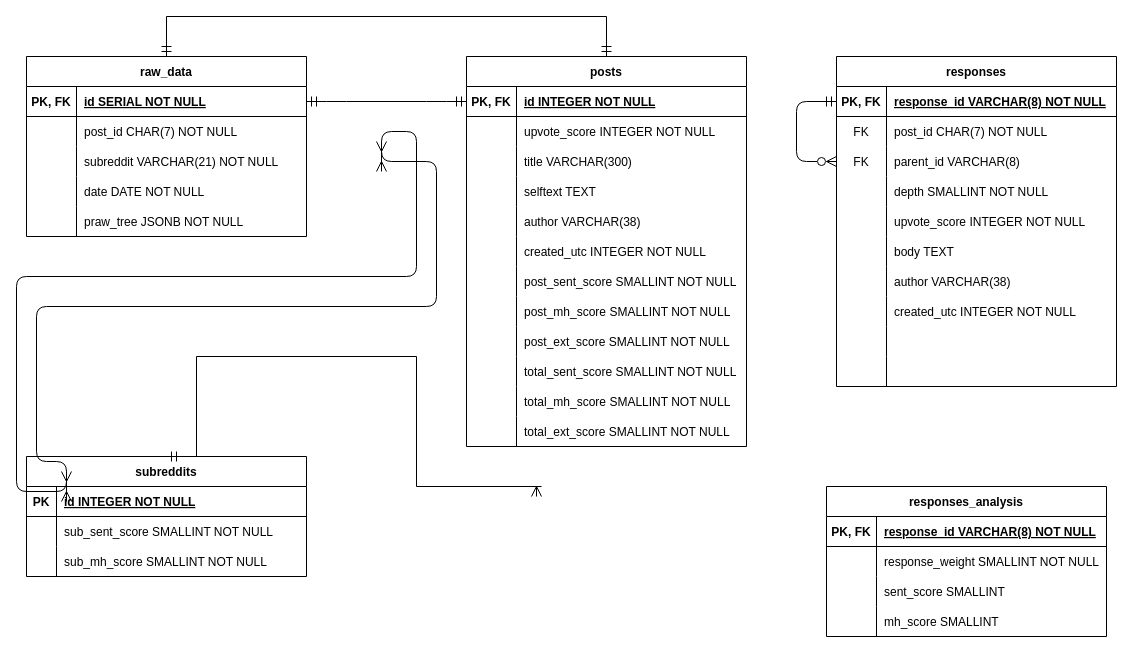
AustinLowey/social-media-trends-tracker keeps this draw.io diagram as assets/ERD.drawio. Above is the earlier version. Source tidied: cells renumbered, new cells numbered last; positions are measured from the earlier drawing's top-left corner, leaving out a move shared by most shapes. Both pictures are drawn from the tidied source at 100%, with x=0, y=0 at pixel (16, 16).
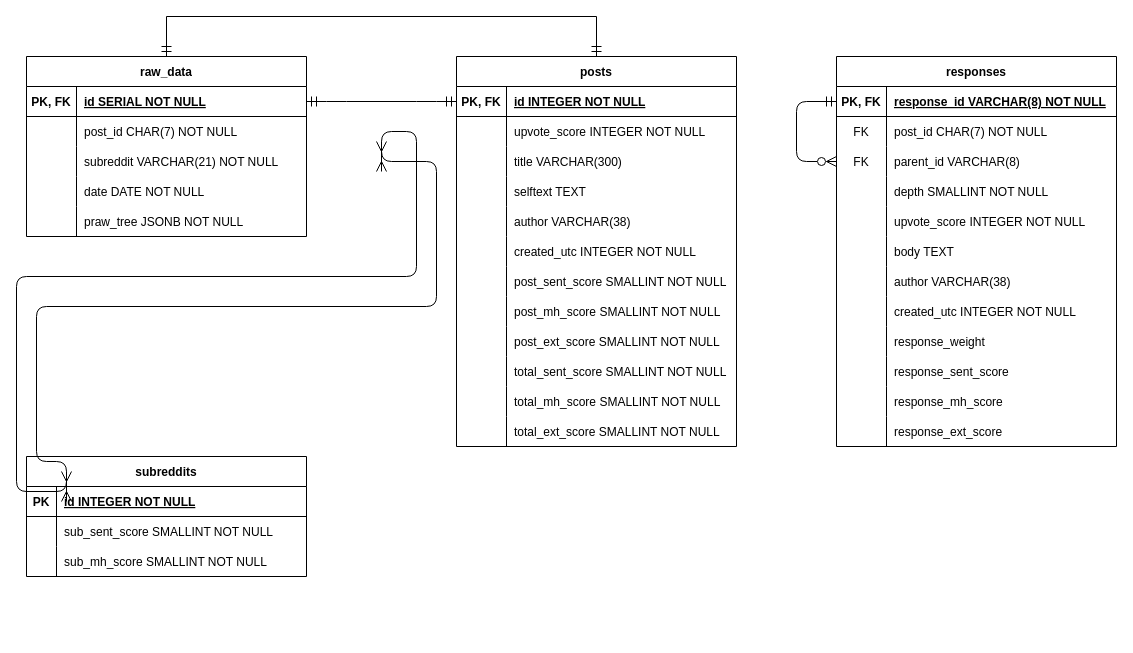
The same diagram, later.

The change refers to these unchanged cells:
```xml
<mxCell id="65" style="shape=partialRectangle;fillColor=none;top=0;left=0;right=0;bottom=0;" parent="40" vertex="1">
  <mxGeometry y="270" width="280" height="30" as="geometry" />
</mxCell>
<mxCell id="68" style="shape=partialRectangle;fillColor=none;top=0;left=0;right=0;bottom=0;" parent="40" vertex="1">
  <mxGeometry y="300" width="280" height="30" as="geometry" />
</mxCell>
<mxCell id="72" value="raw_data" style="shape=table;startSize=30;childLayout=tableLayout;rowLines=0;fontStyle=1;align=center;" parent="1" vertex="1">
  <mxGeometry x="10" y="40" width="280" height="180" as="geometry" />
</mxCell>
<mxCell id="101" value="subreddits" style="shape=table;startSize=30;childLayout=tableLayout;rowLines=0;fontStyle=1;align=center;" parent="1" vertex="1">
  <mxGeometry x="10" y="440" width="280" height="120" as="geometry" />
</mxCell>
```

What changed in the source:
```diff
@@
     <mxCell id="3" value="posts" style="shape=table;startSize=30;childLayout=tableLayout;rowLines=0;fontStyle=1;align=center;" parent="1" vertex="1">
-      <mxGeometry x="450" y="40" width="280" height="390" as="geometry" />
+      <mxGeometry x="440" y="40" width="280" height="390" as="geometry" />
     </mxCell>
@@
     <mxCell id="40" value="responses" style="shape=table;startSize=30;childLayout=tableLayout;rowLines=0;fontStyle=1;align=center;" parent="1" vertex="1">
-      <mxGeometry x="820" y="40" width="280" height="330" as="geometry" />
+      <mxGeometry x="820" y="40" width="280" height="390" as="geometry" />
     </mxCell>
@@
-    <mxCell id="67" style="shape=partialRectangle;overflow=hidden;fillColor=none;top=0;left=0;bottom=0;right=0;align=left;spacingLeft=6;" parent="65" vertex="1">
+    <mxCell id="67" value="response_weight" style="shape=partialRectangle;overflow=hidden;fillColor=none;top=0;left=0;bottom=0;right=0;align=left;spacingLeft=6;" parent="65" vertex="1">
       <mxGeometry x="50" width="230" height="30" as="geometry" />
     </mxCell>
@@
-    <mxCell id="70" style="shape=partialRectangle;overflow=hidden;fillColor=none;top=0;left=0;bottom=0;right=0;align=left;spacingLeft=6;" parent="68" vertex="1">
+    <mxCell id="70" value="response_sent_score" style="shape=partialRectangle;overflow=hidden;fillColor=none;top=0;left=0;bottom=0;right=0;align=left;spacingLeft=6;" parent="68" vertex="1">
       <mxGeometry x="50" width="230" height="30" as="geometry" />
     </mxCell>
+    <mxCell id="115" style="shape=partialRectangle;fillColor=none;top=0;left=0;right=0;bottom=0;" parent="40" vertex="1">
+      <mxGeometry y="330" width="280" height="30" as="geometry" />
+    </mxCell>
+    <mxCell id="116" style="shape=partialRectangle;overflow=hidden;fillColor=none;top=0;left=0;bottom=0;right=0;" parent="115" vertex="1">
+      <mxGeometry width="50" height="30" as="geometry" />
+    </mxCell>
+    <mxCell id="117" value="response_mh_score" style="shape=partialRectangle;overflow=hidden;fillColor=none;top=0;left=0;bottom=0;right=0;align=left;spacingLeft=6;" parent="115" vertex="1">
+      <mxGeometry x="50" width="230" height="30" as="geometry" />
+    </mxCell>
+    <mxCell id="118" style="shape=partialRectangle;fillColor=none;top=0;left=0;right=0;bottom=0;" parent="40" vertex="1">
+      <mxGeometry y="360" width="280" height="30" as="geometry" />
+    </mxCell>
+    <mxCell id="119" style="shape=partialRectangle;overflow=hidden;fillColor=none;top=0;left=0;bottom=0;right=0;" parent="118" vertex="1">
+      <mxGeometry width="50" height="30" as="geometry" />
+    </mxCell>
+    <mxCell id="120" value="response_ext_score" style="shape=partialRectangle;overflow=hidden;fillColor=none;top=0;left=0;bottom=0;right=0;align=left;spacingLeft=6;" parent="118" vertex="1">
+      <mxGeometry x="50" width="230" height="30" as="geometry" />
+    </mxCell>
@@
-    <mxCell id="88" value="responses_analysis" style="shape=table;startSize=30;childLayout=tableLayout;rowLines=0;fontStyle=1;align=center;" parent="1" vertex="1">
-      <mxGeometry x="810" y="470" width="280" height="150" as="geometry" />
-    </mxCell>
-    <mxCell id="89" style="shape=partialRectangle;fillColor=none;top=0;left=0;right=0;bottom=1;" parent="88" vertex="1">
-      <mxGeometry y="30" width="280" height="30" as="geometry" />
-    </mxCell>
-    <mxCell id="90" value="PK, FK" style="shape=partialRectangle;overflow=hidden;fillColor=none;top=0;left=0;bottom=0;right=0;fontStyle=1;" parent="89" vertex="1">
-      <mxGeometry width="50" height="30" as="geometry" />
-    </mxCell>
-    <mxCell id="91" value="response_id VARCHAR(8) NOT NULL " style="shape=partialRectangle;overflow=hidden;fillColor=none;top=0;left=0;bottom=0;right=0;align=left;spacingLeft=6;fontStyle=5;" parent="89" vertex="1">
-      <mxGeometry x="50" width="230" height="30" as="geometry" />
-    </mxCell>
-    <mxCell id="92" style="shape=partialRectangle;fillColor=none;top=0;left=0;right=0;bottom=0;" parent="88" vertex="1">
-      <mxGeometry y="60" width="280" height="30" as="geometry" />
-    </mxCell>
-    <mxCell id="93" style="shape=partialRectangle;overflow=hidden;fillColor=none;top=0;left=0;bottom=0;right=0;" parent="92" vertex="1">
-      <mxGeometry width="50" height="30" as="geometry" />
-    </mxCell>
-    <mxCell id="94" value="response_weight SMALLINT NOT NULL" style="shape=partialRectangle;overflow=hidden;fillColor=none;top=0;left=0;bottom=0;right=0;align=left;spacingLeft=6;" parent="92" vertex="1">
-      <mxGeometry x="50" width="230" height="30" as="geometry" />
-    </mxCell>
-    <mxCell id="95" style="shape=partialRectangle;fillColor=none;top=0;left=0;right=0;bottom=0;" parent="88" vertex="1">
-      <mxGeometry y="90" width="280" height="30" as="geometry" />
-    </mxCell>
-    <mxCell id="96" style="shape=partialRectangle;overflow=hidden;fillColor=none;top=0;left=0;bottom=0;right=0;" parent="95" vertex="1">
-      <mxGeometry width="50" height="30" as="geometry" />
-    </mxCell>
-    <mxCell id="97" value="sent_score SMALLINT" style="shape=partialRectangle;overflow=hidden;fillColor=none;top=0;left=0;bottom=0;right=0;align=left;spacingLeft=6;" parent="95" vertex="1">
-      <mxGeometry x="50" width="230" height="30" as="geometry" />
-    </mxCell>
-    <mxCell id="98" style="shape=partialRectangle;fillColor=none;top=0;left=0;right=0;bottom=0;" parent="88" vertex="1">
-      <mxGeometry y="120" width="280" height="30" as="geometry" />
-    </mxCell>
-    <mxCell id="99" style="shape=partialRectangle;overflow=hidden;fillColor=none;top=0;left=0;bottom=0;right=0;" parent="98" vertex="1">
-      <mxGeometry width="50" height="30" as="geometry" />
-    </mxCell>
-    <mxCell id="100" value="mh_score SMALLINT" style="shape=partialRectangle;overflow=hidden;fillColor=none;top=0;left=0;bottom=0;right=0;align=left;spacingLeft=6;" parent="98" vertex="1">
-      <mxGeometry x="50" width="230" height="30" as="geometry" />
-    </mxCell>
@@
     <mxCell id="113" style="edgeStyle=orthogonalEdgeStyle;rounded=0;jettySize=auto;html=1;exitX=0.5;exitY=0;exitDx=0;exitDy=0;entryX=0.5;entryY=0;entryDx=0;entryDy=0;endSize=8;startSize=8;startArrow=ERmandOne;startFill=0;endArrow=ERmandOne;endFill=0;" parent="1" edge="1" source="3" target="72">
       <mxGeometry relative="1" as="geometry">
         <Array as="points">
-          <mxPoint x="590" />
+          <mxPoint x="580" />
           <mxPoint x="150" />
         </Array>
       </mxGeometry>
     </mxCell>
-    <mxCell id="114" style="edgeStyle=orthogonalEdgeStyle;rounded=0;jettySize=auto;html=1;endSize=8;startSize=8;startArrow=ERoneToMany;startFill=0;endArrow=ERmandOne;endFill=0;entryX=0.5;entryY=0;entryDx=0;entryDy=0;" parent="1" edge="1" target="101">
-      <mxGeometry relative="1" as="geometry">
-        <mxPoint x="520" y="480" as="sourcePoint" />
-        <Array as="points">
-          <mxPoint x="520" y="470" />
-          <mxPoint x="400" y="470" />
-          <mxPoint x="400" y="340" />
-          <mxPoint x="180" y="340" />
-        </Array>
-      </mxGeometry>
-    </mxCell>
```
